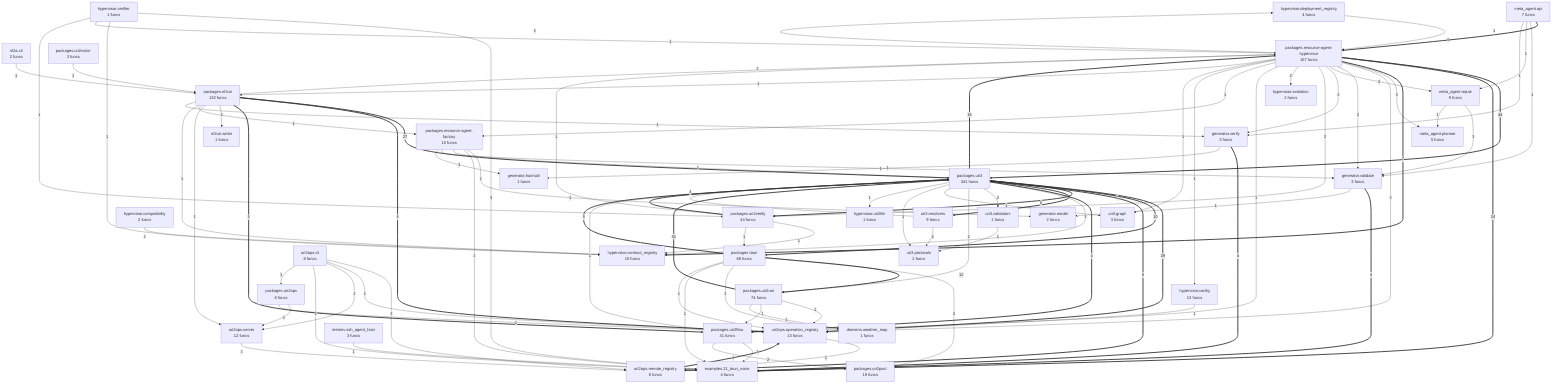
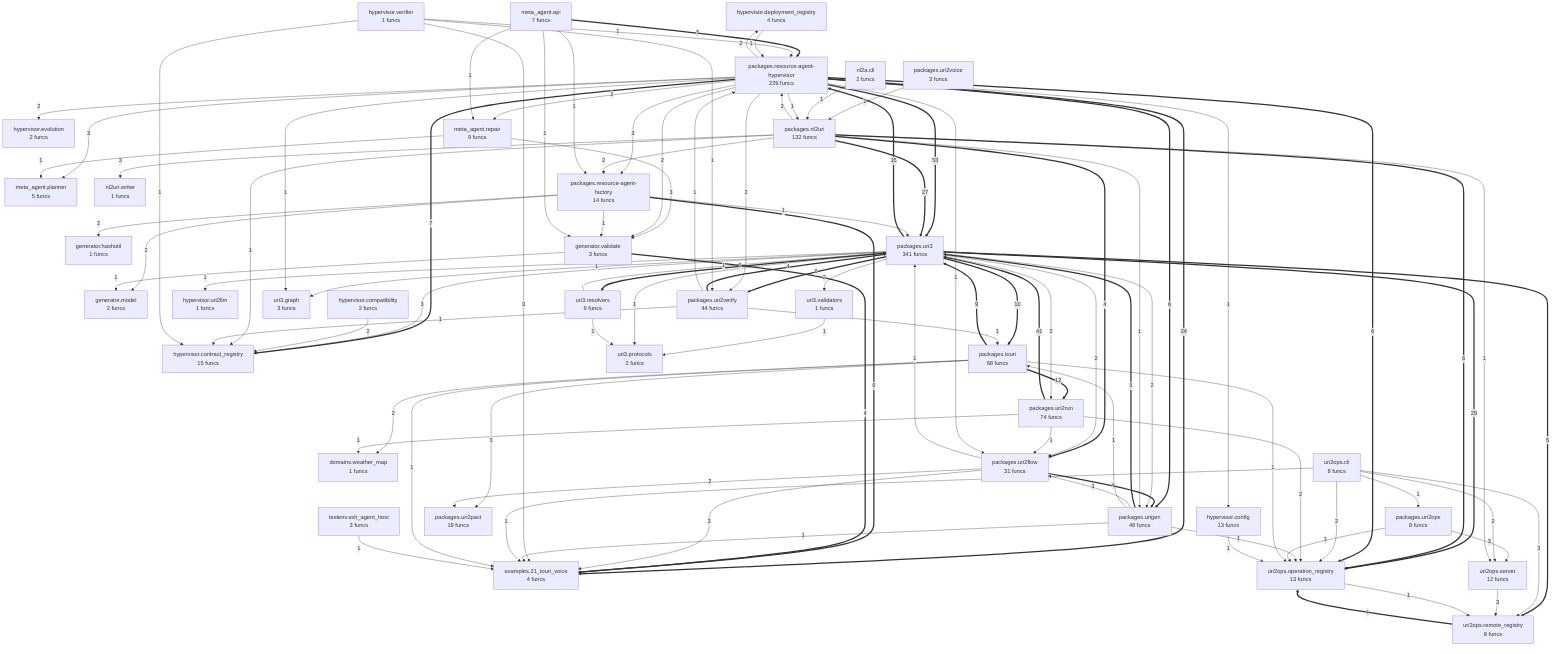
flowchart TD
- %% generated in 0.04s
+ %% generated in 0.08s
    domains__weather_map["domains.weather_map<br/>1 funcs"]
    examples__21_touri_voice["examples.21_touri_voice<br/>4 funcs"]
    generator__hashutil["generator.hashutil<br/>1 funcs"]
    generator__model["generator.model<br/>2 funcs"]
    generator__validate["generator.validate<br/>3 funcs"]
-     generator__verify["generator.verify<br/>3 funcs"]
    hypervisor__compatibility["hypervisor.compatibility<br/>2 funcs"]
    hypervisor__config["hypervisor.config<br/>13 funcs"]
    hypervisor__contract_registry["hypervisor.contract_registry<br/>15 funcs"]
    hypervisor__deployment_registry["hypervisor.deployment_registry<br/>4 funcs"]
    hypervisor__evolution["hypervisor.evolution<br/>2 funcs"]
    hypervisor__uri2llm["hypervisor.uri2llm<br/>1 funcs"]
    hypervisor__verifier["hypervisor.verifier<br/>1 funcs"]
    meta_agent__api["meta_agent.api<br/>7 funcs"]
    meta_agent__planner["meta_agent.planner<br/>5 funcs"]
    meta_agent__repair["meta_agent.repair<br/>9 funcs"]
    nl2a__cli["nl2a.cli<br/>2 funcs"]
    nl2uri__writer["nl2uri.writer<br/>1 funcs"]
    packages__nl2uri["packages.nl2uri<br/>132 funcs"]
-     packages__resource_agent_factory["packages.resource-agent-factory<br/>10 funcs"]
-     packages__resource_agent_hypervisor["packages.resource-agent-hypervisor<br/>167 funcs"]
+     packages__resource_agent_factory["packages.resource-agent-factory<br/>14 funcs"]
+     packages__resource_agent_hypervisor["packages.resource-agent-hypervisor<br/>229 funcs"]
    packages__touri["packages.touri<br/>68 funcs"]
    packages__uri2flow["packages.uri2flow<br/>31 funcs"]
    packages__uri2ops["packages.uri2ops<br/>8 funcs"]
    packages__uri2pact["packages.uri2pact<br/>19 funcs"]
    packages__uri2run["packages.uri2run<br/>74 funcs"]
    packages__uri2verify["packages.uri2verify<br/>44 funcs"]
    packages__uri2voice["packages.uri2voice<br/>3 funcs"]
    packages__uri3["packages.uri3<br/>341 funcs"]
+     packages__urigen["packages.urigen<br/>49 funcs"]
    testenv__ssh_agent_host["testenv.ssh_agent_host<br/>3 funcs"]
    uri2ops__cli["uri2ops.cli<br/>8 funcs"]
    uri2ops__operation_registry["uri2ops.operation_registry<br/>13 funcs"]
    uri2ops__remote_registry["uri2ops.remote_registry<br/>8 funcs"]
    uri2ops__server["uri2ops.server<br/>12 funcs"]
    uri3__graph["uri3.graph<br/>3 funcs"]
    uri3__protocols["uri3.protocols<br/>2 funcs"]
    uri3__resolvers["uri3.resolvers<br/>9 funcs"]
    uri3__validators["uri3.validators<br/>1 funcs"]
-     packages__resource_agent_hypervisor ==>|44| packages__uri3
+     packages__resource_agent_hypervisor ==>|53| packages__uri3
    packages__uri2run ==>|41| packages__uri3
    packages__uri3 ==>|29| uri2ops__operation_registry
    packages__nl2uri ==>|27| packages__uri3
    packages__resource_agent_hypervisor ==>|24| examples__21_touri_voice
    packages__uri3 ==>|15| packages__resource_agent_hypervisor
    packages__touri ==>|12| packages__uri2run
    packages__uri3 ==>|10| packages__touri
    packages__touri ==>|9| packages__uri3
    packages__resource_agent_hypervisor ==>|7| hypervisor__contract_registry
    packages__uri3 ==>|6| packages__uri2verify
+     packages__resource_agent_factory ==>|6| examples__21_touri_voice
    packages__nl2uri ==>|6| uri2ops__operation_registry
+     packages__resource_agent_hypervisor ==>|6| packages__urigen
+     packages__resource_agent_hypervisor ==>|6| uri2ops__operation_registry
+     packages__urigen ==>|5| packages__uri3
    packages__uri3 ==>|5| uri2ops__remote_registry
    packages__uri3 ==>|5| uri3__resolvers
-     packages__nl2uri ==>|5| packages__uri2flow
    meta_agent__api ==>|5| packages__resource_agent_hypervisor
    uri2ops__remote_registry ==>|4| uri2ops__operation_registry
-     packages__uri3 ==>|4| packages__uri2flow
+     packages__uri2flow ==>|4| packages__urigen
    generator__validate ==>|4| examples__21_touri_voice
-     generator__verify ==>|4| examples__21_touri_voice
+     packages__nl2uri ==>|4| packages__uri2flow
    packages__uri2verify ==>|4| packages__uri3
+     packages__urigen -->|3| packages__uri2flow
    uri2ops__cli -->|3| uri2ops__remote_registry
    uri2ops__server -->|3| uri2ops__remote_registry
    packages__uri2ops -->|3| uri2ops__server
+     packages__uri3 -->|3| hypervisor__contract_registry
    packages__uri2flow -->|3| examples__21_touri_voice
    packages__touri -->|3| packages__uri2pact
    packages__nl2uri -->|3| nl2uri__writer
    packages__resource_agent_hypervisor -->|3| meta_agent__planner
+     packages__resource_agent_hypervisor -->|3| packages__resource_agent_factory
    meta_agent__repair -->|3| generator__validate
-     packages__resource_agent_hypervisor -->|3| uri2ops__operation_registry
    hypervisor__verifier -->|3| examples__21_touri_voice
-     packages__uri3 -->|3| hypervisor__contract_registry
    uri2ops__cli -->|2| uri2ops__operation_registry
    uri2ops__cli -->|2| uri2ops__server
    packages__uri3 -->|2| uri3__validators
+     packages__uri3 -->|2| packages__uri2run
+     packages__uri3 -->|2| packages__uri2flow
+     packages__uri3 -->|2| packages__urigen
    packages__uri2flow -->|2| packages__uri2pact
+     packages__touri -->|2| domains__weather_map
    packages__uri2run -->|2| uri2ops__operation_registry
    packages__resource_agent_factory -->|2| generator__model
-     packages__resource_agent_factory -->|2| examples__21_touri_voice
+     packages__resource_agent_factory -->|2| generator__hashutil
    packages__nl2uri -->|2| packages__resource_agent_hypervisor
+     packages__nl2uri -->|2| packages__resource_agent_factory
    packages__resource_agent_hypervisor -->|2| generator__validate
    packages__resource_agent_hypervisor -->|2| meta_agent__repair
-     packages__resource_agent_hypervisor -->|2| generator__verify
-     packages__resource_agent_hypervisor -->|2| packages__uri2verify
    packages__resource_agent_hypervisor -->|2| hypervisor__evolution
    packages__resource_agent_hypervisor -->|2| hypervisor__deployment_registry
    hypervisor__compatibility -->|2| hypervisor__contract_registry
-     packages__touri -->|2| domains__weather_map
-     packages__uri3 -->|2| packages__uri2run
+     packages__resource_agent_hypervisor -->|2| packages__uri2verify
+     packages__urigen -->|1| examples__21_touri_voice
+     packages__urigen -->|1| uri2ops__operation_registry
+     packages__urigen -->|1| packages__touri
    uri2ops__cli -->|1| examples__21_touri_voice
    uri2ops__cli -->|1| packages__uri2ops
    uri2ops__operation_registry -->|1| uri2ops__remote_registry
    packages__uri2ops -->|1| uri2ops__operation_registry
    uri3__validators -->|1| uri3__protocols
    packages__uri3 -->|1| uri3__graph
    packages__uri3 -->|1| uri3__protocols
    packages__uri3 -->|1| hypervisor__uri2llm
    uri3__resolvers -->|1| packages__uri3
    uri3__resolvers -->|1| uri3__protocols
    packages__uri2flow -->|1| packages__uri3
    packages__touri -->|1| examples__21_touri_voice
    packages__touri -->|1| uri2ops__operation_registry
    packages__uri2voice -->|1| packages__nl2uri
+     packages__uri2run -->|1| domains__weather_map
    packages__uri2run -->|1| packages__uri2flow
    generator__validate -->|1| generator__model
    packages__resource_agent_factory -->|1| packages__uri3
    packages__resource_agent_factory -->|1| generator__validate
-     packages__resource_agent_factory -->|1| generator__hashutil
-     generator__verify -->|1| generator__hashutil
    packages__nl2uri -->|1| uri2ops__server
-     packages__nl2uri -->|1| packages__resource_agent_factory
    packages__nl2uri -->|1| hypervisor__contract_registry
-     packages__nl2uri -->|1| generator__verify
+     packages__nl2uri -->|1| packages__urigen
    nl2a__cli -->|1| packages__nl2uri
    packages__uri2verify -->|1| hypervisor__contract_registry
    packages__uri2verify -->|1| packages__resource_agent_hypervisor
    packages__uri2verify -->|1| packages__touri
    packages__resource_agent_hypervisor -->|1| packages__uri2flow
    meta_agent__api -->|1| generator__validate
    meta_agent__api -->|1| meta_agent__repair
-     meta_agent__api -->|1| generator__verify
-     packages__resource_agent_hypervisor -->|1| packages__resource_agent_factory
+     meta_agent__api -->|1| packages__resource_agent_factory
    meta_agent__repair -->|1| meta_agent__planner
    hypervisor__verifier -->|1| hypervisor__contract_registry
    hypervisor__verifier -->|1| packages__resource_agent_hypervisor
    hypervisor__verifier -->|1| packages__uri2verify
    packages__resource_agent_hypervisor -->|1| hypervisor__config
    hypervisor__config -->|1| uri2ops__operation_registry
    packages__resource_agent_hypervisor -->|1| uri3__graph
    packages__resource_agent_hypervisor -->|1| packages__nl2uri
    hypervisor__deployment_registry -->|1| packages__resource_agent_hypervisor
    testenv__ssh_agent_host -->|1| examples__21_touri_voice
-     packages__uri2run -->|1| domains__weather_map
